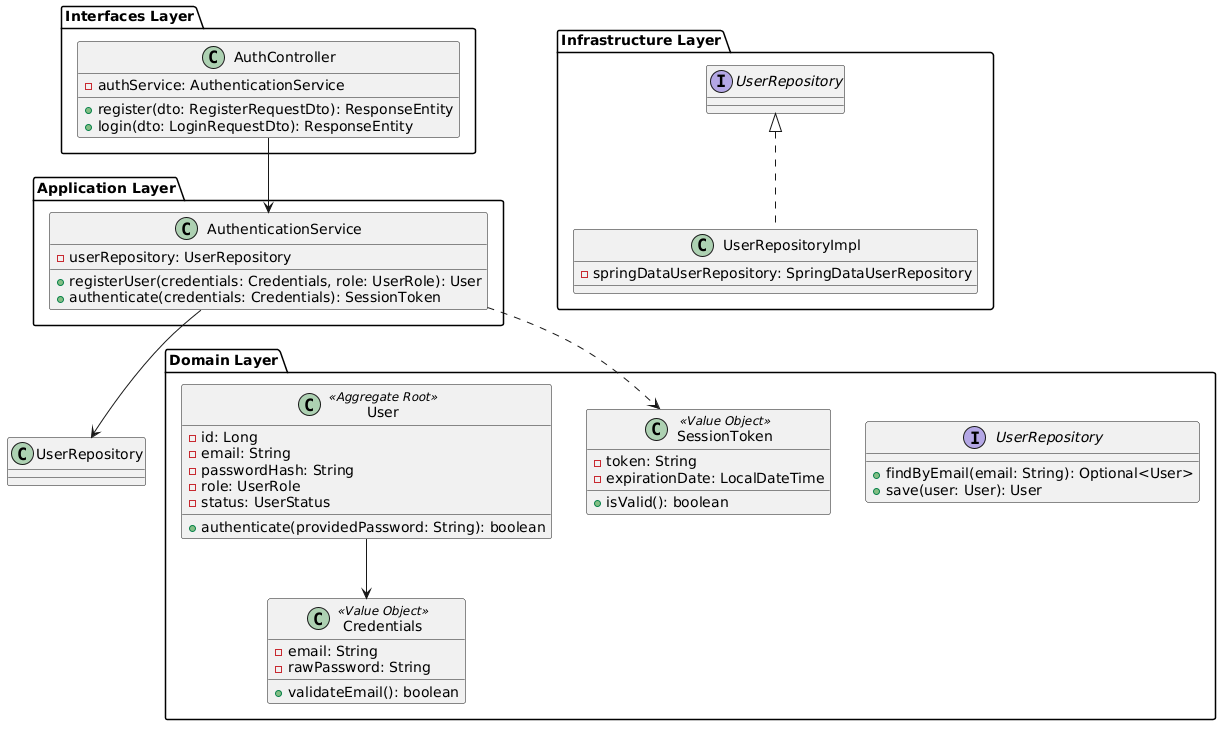
This is assets/md-images-chapter4/class-diagram-iam.png from upc-pre-202620-1asi0729-7750-cleancode/maquigest-report, a PlantUML export, as it was before one commit.
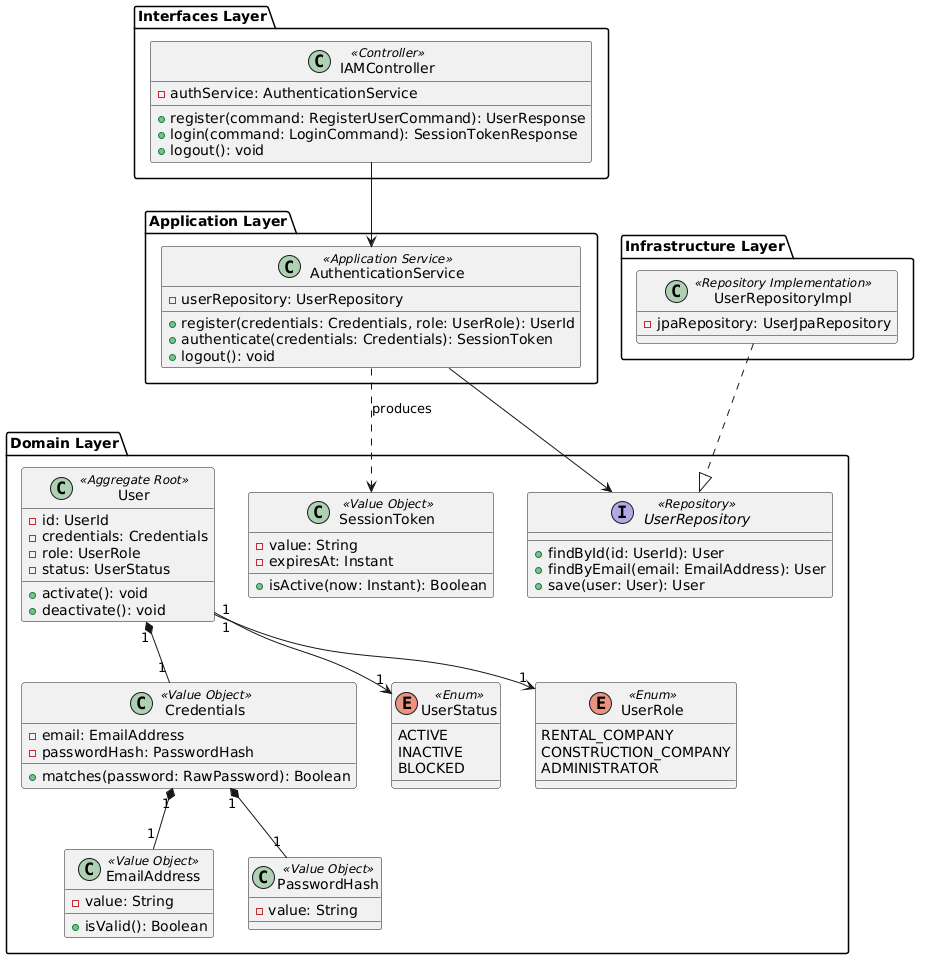
Above is the later version.

Diff of the diagram source:
```diff
@@ -1,56 +1,85 @@
 @startuml
 package "Interfaces Layer" {
-    class AuthController {
-        - authService: AuthenticationService
-        + register(dto: RegisterRequestDto): ResponseEntity
-        + login(dto: LoginRequestDto): ResponseEntity
-    }
+  class IAMController <<Controller>> {
+    - authService: AuthenticationService
+    + register(command: RegisterUserCommand): UserResponse
+    + login(command: LoginCommand): SessionTokenResponse
+    + logout(): void
+  }
 }
 
 package "Application Layer" {
-    class AuthenticationService {
-        - userRepository: UserRepository
-        + registerUser(credentials: Credentials, role: UserRole): User
-        + authenticate(credentials: Credentials): SessionToken
-    }
+  class AuthenticationService <<Application Service>> {
+    - userRepository: UserRepository
+    + register(credentials: Credentials, role: UserRole): UserId
+    + authenticate(credentials: Credentials): SessionToken
+    + logout(): void
+  }
+}
+
+package "Infrastructure Layer" {
+  class UserRepositoryImpl <<Repository Implementation>> {
+    - jpaRepository: UserJpaRepository
+  }
 }
 
 package "Domain Layer" {
-    class User <<Aggregate Root>> {
-        - id: Long
-        - email: String
-        - passwordHash: String
-        - role: UserRole
-        - status: UserStatus
-        + authenticate(providedPassword: String): boolean
-    }
+  class User <<Aggregate Root>> {
+    - id: UserId
+    - credentials: Credentials
+    - role: UserRole
+    - status: UserStatus
+    + activate(): void
+    + deactivate(): void
+  }
 
-    class Credentials <<Value Object>> {
-        - email: String
-        - rawPassword: String
-        + validateEmail(): boolean
-    }
+  class Credentials <<Value Object>> {
+    - email: EmailAddress
+    - passwordHash: PasswordHash
+    + matches(password: RawPassword): Boolean
+  }
 
-    class SessionToken <<Value Object>> {
-        - token: String
-        - expirationDate: LocalDateTime
-        + isValid(): boolean
-    }
+  class SessionToken <<Value Object>> {
+    - value: String
+    - expiresAt: Instant
+    + isActive(now: Instant): Boolean
+  }
 
-    interface UserRepository {
-        + findByEmail(email: String): Optional<User>
-        + save(user: User): User
-    }
+  enum UserStatus <<Enum>> {
+    ACTIVE
+    INACTIVE
+    BLOCKED
+  }
+
+  enum UserRole <<Enum>> {
+    RENTAL_COMPANY
+    CONSTRUCTION_COMPANY
+    ADMINISTRATOR
+  }
+
+  class EmailAddress <<Value Object>> {
+    - value: String
+    + isValid(): Boolean
+  }
+  class PasswordHash <<Value Object>> {
+    - value: String
+  }
+
+  interface UserRepository <<Repository>> {
+    + findById(id: UserId): User
+    + findByEmail(email: EmailAddress): User
+    + save(user: User): User
+  }
 }
 
-package "Infrastructure Layer" {
-    class UserRepositoryImpl implements UserRepository {
-        - springDataUserRepository: SpringDataUserRepository
-    }
-}
+IAMController --> AuthenticationService
+AuthenticationService --> UserRepository
+UserRepositoryImpl ..|> UserRepository
 
-AuthController --> AuthenticationService
-AuthenticationService --> UserRepository
-User --> Credentials
-AuthenticationService ..> SessionToken
+User "1" --> "1" UserStatus
+User "1" --> "1" UserRole
+User "1" *-- "1" Credentials
+Credentials "1" *-- "1" EmailAddress
+Credentials "1" *-- "1" PasswordHash
+AuthenticationService ..> SessionToken : produces
 @enduml
```
